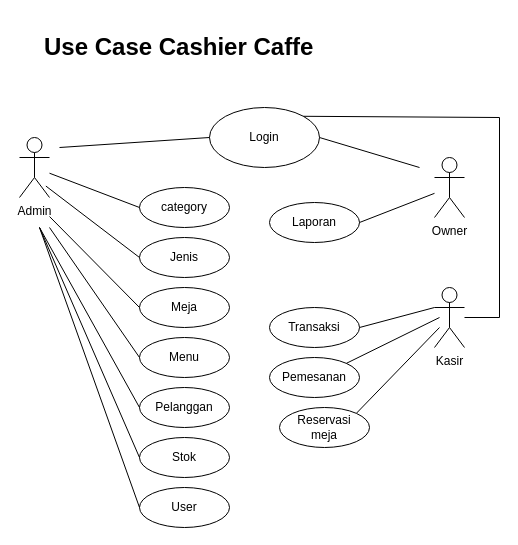
The draw.io diagram page "Use case" (1 of 2) of usecase.drawio in annrdhjn/drawio, before the edit. Source tidied: cells renumbered, new cells numbered last; positions are measured from the earlier drawing's top-left corner, leaving out a move shared by most shapes. Both pictures are drawn from the tidied source at 100%, with x=0, y=0 at pixel (19, 27).
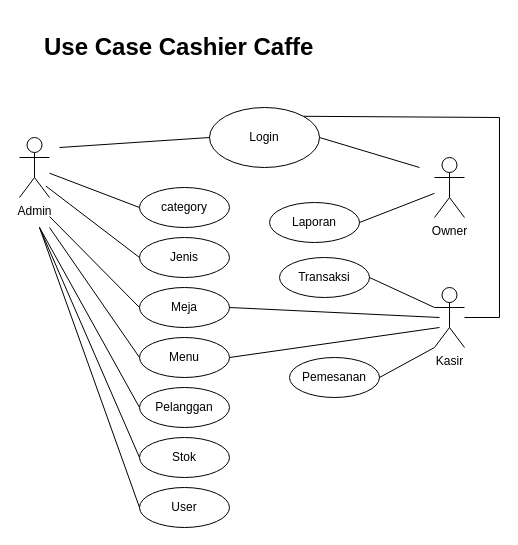
The same diagram, later.

Unchanged cells that the change refers to:
```xml
<mxCell id="7" value="Meja" style="ellipse;whiteSpace=wrap;html=1;" parent="1" vertex="1">
  <mxGeometry x="120" y="260" width="90" height="40" as="geometry" />
</mxCell>
<mxCell id="8" value="Menu" style="ellipse;whiteSpace=wrap;html=1;" parent="1" vertex="1">
  <mxGeometry x="120" y="310" width="90" height="40" as="geometry" />
</mxCell>
<mxCell id="21" value="Kasir" style="shape=umlActor;verticalLabelPosition=bottom;verticalAlign=top;html=1;outlineConnect=0;" parent="1" vertex="1">
  <mxGeometry x="415" y="260" width="30" height="60" as="geometry" />
</mxCell>
```

Diff of the diagram source:
```diff
@@
     <mxCell id="24" value="Pemesanan" style="ellipse;whiteSpace=wrap;html=1;" parent="1" vertex="1">
-      <mxGeometry x="250" y="330" width="90" height="40" as="geometry" />
+      <mxGeometry x="270" y="330" width="90" height="40" as="geometry" />
     </mxCell>
     <mxCell id="25" value="Transaksi" style="ellipse;whiteSpace=wrap;html=1;" parent="1" vertex="1">
-      <mxGeometry x="250" y="280" width="90" height="40" as="geometry" />
+      <mxGeometry x="260" y="230" width="90" height="40" as="geometry" />
     </mxCell>
-    <mxCell id="26" style="endArrow=none;html=1;rounded=0;exitX=1;exitY=0;exitDx=0;exitDy=0;" parent="1" edge="1" source="24">
-      <mxGeometry relative="1" as="geometry">
-        <mxPoint x="420" y="290" as="targetPoint" />
-      </mxGeometry>
+    <mxCell id="26" style="endArrow=none;html=1;rounded=0;exitX=1;exitY=0.5;exitDx=0;exitDy=0;entryX=0;entryY=1;entryDx=0;entryDy=0;entryPerimeter=0;" parent="1" edge="1" source="24" target="21">
+      <mxGeometry relative="1" as="geometry" />
     </mxCell>
-    <mxCell id="27" style="endArrow=none;html=1;rounded=0;exitX=1;exitY=0;exitDx=0;exitDy=0;" parent="1" edge="1" source="28">
-      <mxGeometry relative="1" as="geometry">
-        <mxPoint x="420" y="300" as="targetPoint" />
-      </mxGeometry>
-    </mxCell>
-    <mxCell id="28" value="Reservasi&lt;br&gt;meja" style="ellipse;whiteSpace=wrap;html=1;" parent="1" vertex="1">
-      <mxGeometry x="260" y="380" width="90" height="40" as="geometry" />
-    </mxCell>
@@
+    <mxCell id="32" style="endArrow=none;html=1;rounded=0;exitX=1;exitY=0.5;exitDx=0;exitDy=0;" parent="1" edge="1" source="8">
+      <mxGeometry relative="1" as="geometry">
+        <mxPoint x="420" y="300" as="targetPoint" />
+      </mxGeometry>
+    </mxCell>
+    <mxCell id="33" style="endArrow=none;html=1;rounded=0;exitX=1;exitY=0.5;exitDx=0;exitDy=0;" parent="1" edge="1" source="7">
+      <mxGeometry relative="1" as="geometry">
+        <mxPoint x="420" y="290" as="targetPoint" />
+      </mxGeometry>
+    </mxCell>
```
